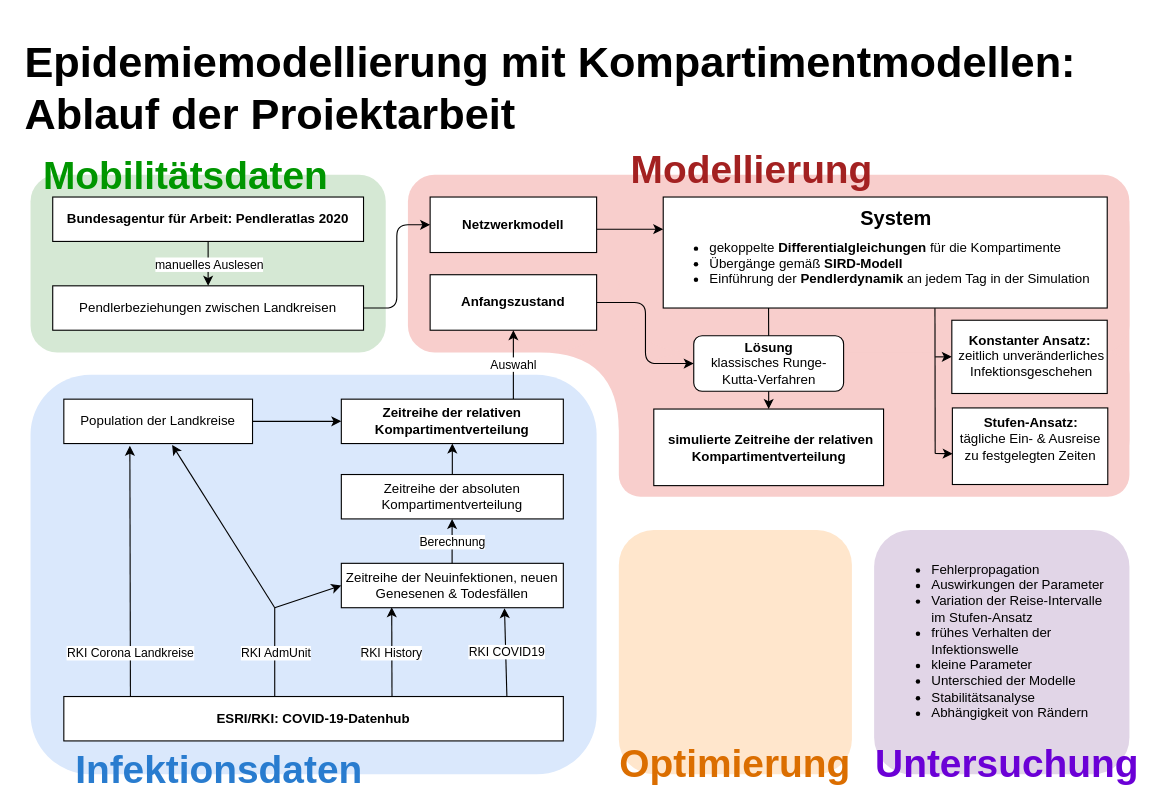
Before: Media/Flowchart.drawio in torbensun/Modeling-Of-Epidemics-With-Compartmental-And-Network-Models, a draw.io diagram. Source tidied: cells renumbered, new cells numbered last; positions are measured from the earlier drawing's top-left corner, leaving out a move shared by most shapes. Both pictures are drawn from the tidied source at 111%, with x=0, y=0 at pixel (19, 30).
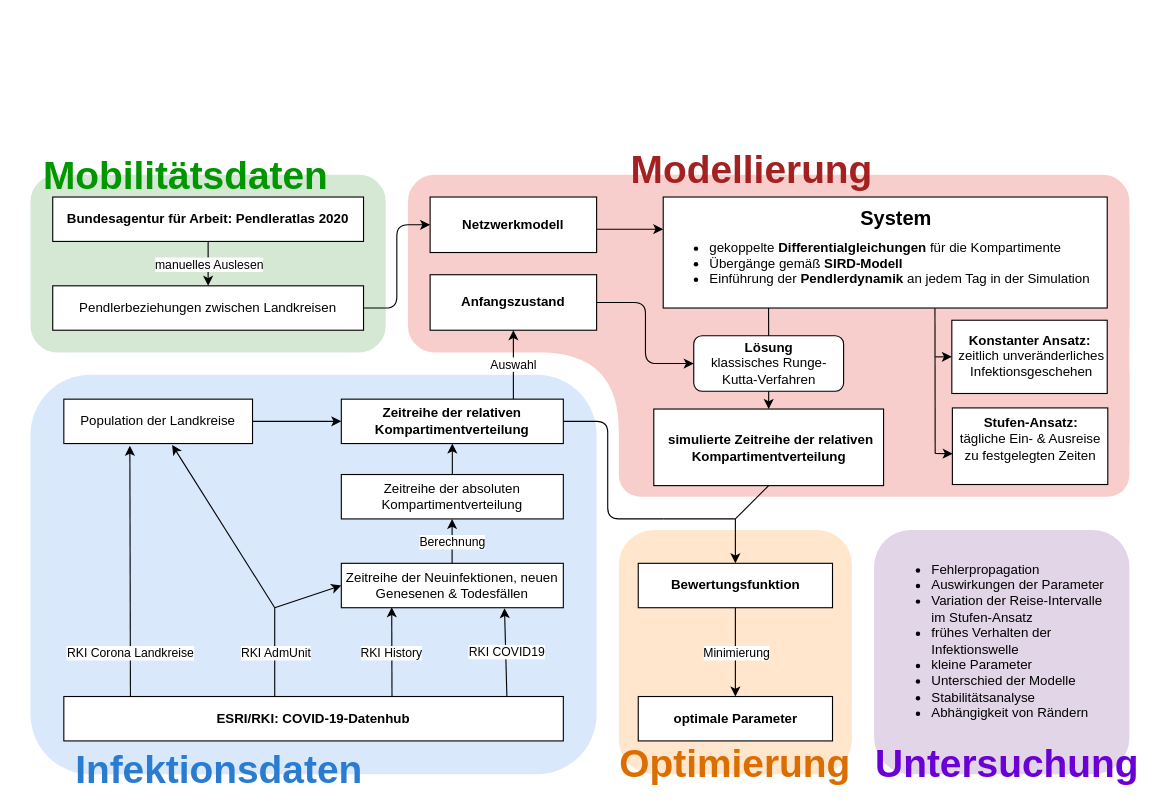
After the change.

Commit message:
Finished Preliminary Flowchart

The change refers to these unchanged cells:
```xml
<mxCell id="15" value="&lt;b&gt;Zeitreihe der relativen Kompartimentverteilung&lt;/b&gt;" style="rounded=0;whiteSpace=wrap;html=1;" parent="1" vertex="1">
  <mxGeometry x="290" y="332.1" width="200" height="40" as="geometry" />
</mxCell>
<mxCell id="49" value="&lt;b&gt;&amp;nbsp;simulierte Zeitreihe der relativen Kompartimentverteilung&lt;/b&gt;" style="rounded=0;whiteSpace=wrap;html=1;" parent="1" vertex="1">
  <mxGeometry x="571.5" y="341" width="207" height="69" as="geometry" />
</mxCell>
```

Diff of the diagram source:
```diff
@@
-    <mxCell id="35" value="&lt;h1&gt;&lt;font style=&quot;font-size: 39px&quot;&gt;Epidemiemodellierung mit Kompartimentmodellen: Ablauf der Projektarbeit&lt;/font&gt;&lt;/h1&gt;" style="text;html=1;strokeColor=none;fillColor=none;spacing=5;spacingTop=-20;whiteSpace=wrap;overflow=hidden;rounded=0;" parent="1" vertex="1">
-      <mxGeometry width="990" height="90" as="geometry" />
-    </mxCell>
@@
+    <mxCell id="63" value="&lt;b&gt;Bewertungsfunktion&lt;/b&gt;" style="rounded=0;whiteSpace=wrap;html=1;" parent="1" vertex="1">
+      <mxGeometry x="557.5" y="480" width="175" height="40" as="geometry" />
+    </mxCell>
+    <mxCell id="64" style="endArrow=classic;html=1;fontSize=12;fontColor=#000000;entryX=0.5;entryY=0;entryDx=0;entryDy=0;exitX=0.5;exitY=1;exitDx=0;exitDy=0;" parent="1" edge="1" source="63" target="66">
+      <mxGeometry relative="1" as="geometry" />
+    </mxCell>
+    <mxCell id="65" value="Minimierung" style="edgeLabel;html=1;align=center;verticalAlign=middle;" parent="64" vertex="1">
+      <mxGeometry relative="1" as="geometry" />
+    </mxCell>
+    <mxCell id="66" value="&lt;b&gt;optimale Parameter&lt;/b&gt;" style="rounded=0;whiteSpace=wrap;html=1;" parent="1" vertex="1">
+      <mxGeometry x="557.5" y="600" width="175" height="40" as="geometry" />
+    </mxCell>
+    <mxCell id="67" style="endArrow=classic;html=1;fontSize=12;fontColor=#000000;entryX=0.5;entryY=0;entryDx=0;entryDy=0;" parent="1" edge="1" target="63">
+      <mxGeometry relative="1" as="geometry">
+        <mxPoint x="645" y="440" as="sourcePoint" />
+      </mxGeometry>
+    </mxCell>
+    <mxCell id="68" style="edgeStyle=elbowEdgeStyle;elbow=horizontal;endArrow=none;html=1;fontSize=12;fontColor=#000000;exitX=1;exitY=0.5;exitDx=0;exitDy=0;endFill=0;" parent="1" edge="1" source="15">
+      <mxGeometry relative="1" as="geometry">
+        <mxPoint x="580" y="440" as="targetPoint" />
+        <Array as="points">
+          <mxPoint x="530" y="400" />
+        </Array>
+      </mxGeometry>
+    </mxCell>
+    <mxCell id="69" style="endArrow=none;html=1;fontSize=12;fontColor=#000000;" parent="1" edge="1">
+      <mxGeometry relative="1" as="geometry">
+        <mxPoint x="580" y="440" as="sourcePoint" />
+        <mxPoint x="645" y="440" as="targetPoint" />
+      </mxGeometry>
+    </mxCell>
+    <mxCell id="70" style="endArrow=none;html=1;fontSize=12;fontColor=#000000;entryX=0.5;entryY=1;entryDx=0;entryDy=0;" parent="1" edge="1" target="49">
+      <mxGeometry relative="1" as="geometry">
+        <mxPoint x="645" y="440" as="sourcePoint" />
+      </mxGeometry>
+    </mxCell>
```
